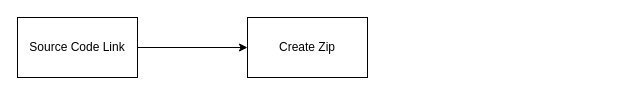
Before: DocsGenrator.drawio in aswanthpp/CodeDocGenerator, a draw.io diagram. Source tidied: cells renumbered, new cells numbered last; positions are measured from the earlier drawing's top-left corner, leaving out a move shared by most shapes. Both pictures are drawn from the tidied source at 100%, with x=0, y=0 at pixel (17, 17).
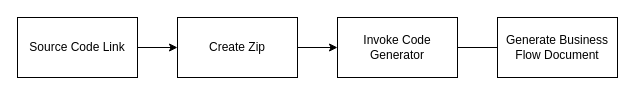
The same page after the edit.

Commit message (it also covers changes not shown here):
added flow diagram

The edit, as a diff of the source:
```diff
@@
 <mxGraphModel>
   <root>
     <mxCell id="0" />
     <mxCell id="1" parent="0" />
     <mxCell id="2" style="edgeStyle=orthogonalEdgeStyle;rounded=0;jettySize=auto;html=1;exitX=1;exitY=0.5;exitDx=0;exitDy=0;" parent="1" edge="1" source="3" target="4">
       <mxGeometry relative="1" as="geometry" />
     </mxCell>
     <mxCell id="3" value="Source Code Link" style="rounded=0;whiteSpace=wrap;html=1;" parent="1" vertex="1">
       <mxGeometry width="120" height="60" as="geometry" />
     </mxCell>
+    <mxCell id="5" style="edgeStyle=orthogonalEdgeStyle;rounded=0;jettySize=auto;html=1;exitX=1;exitY=0.5;exitDx=0;exitDy=0;" parent="1" edge="1" source="4" target="6">
+      <mxGeometry relative="1" as="geometry" />
+    </mxCell>
     <mxCell id="4" value="Create Zip" style="rounded=0;whiteSpace=wrap;html=1;" parent="1" vertex="1">
-      <mxGeometry x="230" width="120" height="60" as="geometry" />
+      <mxGeometry x="160" width="120" height="60" as="geometry" />
     </mxCell>
+    <mxCell id="6" value="Invoke Code Generator" style="rounded=0;whiteSpace=wrap;html=1;" parent="1" vertex="1">
+      <mxGeometry x="320" width="120" height="60" as="geometry" />
+    </mxCell>
+    <mxCell id="7" style="endArrow=classic;html=1;rounded=0;exitX=1;exitY=0.5;exitDx=0;exitDy=0;" parent="1" edge="1" source="6">
+      <mxGeometry relative="1" as="geometry">
+        <mxPoint x="520" y="30" as="targetPoint" />
+      </mxGeometry>
+    </mxCell>
+    <mxCell id="8" value="Generate Business Flow Document" style="rounded=0;whiteSpace=wrap;html=1;" parent="1" vertex="1">
+      <mxGeometry x="480" width="120" height="60" as="geometry" />
+    </mxCell>
   </root>
 </mxGraphModel>
```
